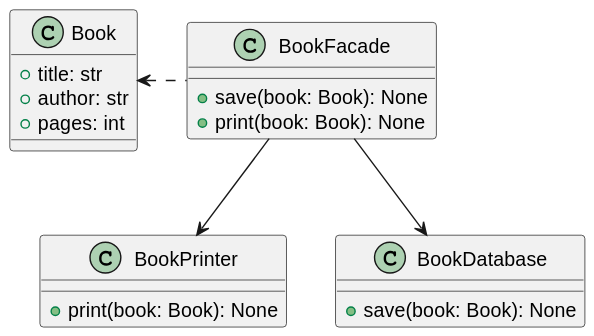
nicolast911/python-clean-arch-de keeps this PlantUML diagram as Python/Folien/Woche-1/img/book_resolution_1_srp_facade.svg. Above is the earlier version.
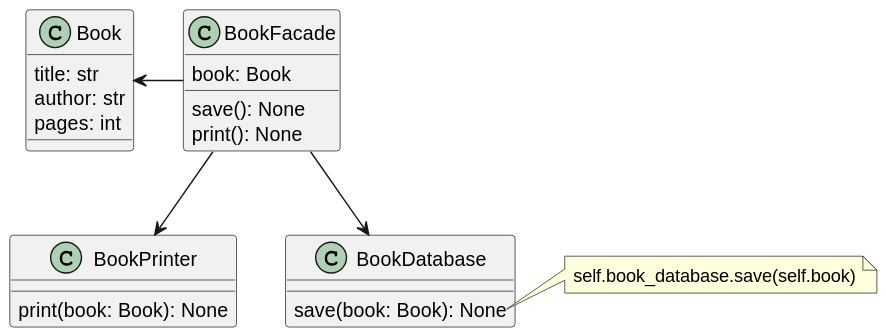
After the change.

What changed in the source:
```diff
@@ -1,27 +1,32 @@
 @startuml
 class BookFacade {
-    +save(book: Book): None
-    +print(book: Book): None
+    book: Book
+    save(): None
+    print(): None
 }
 
 together {
 class BookDatabase {
-    +save(book: Book): None
+    save(book: Book): None
 }
 
 class BookPrinter {
-    +print(book: Book): None
+    print(book: Book): None
 }
 }
 
+note right of BookDatabase::save
+    self.book_database.save(self.book)
+end note
+
 class Book {
-    +title: str
-    +author: str
-    +pages: int
+    title: str
+    author: str
+    pages: int
 }
 
 
 BookFacade --> BookDatabase
 BookFacade --> BookPrinter
-Book <. BookFacade
+Book <- BookFacade
 @enduml
```
